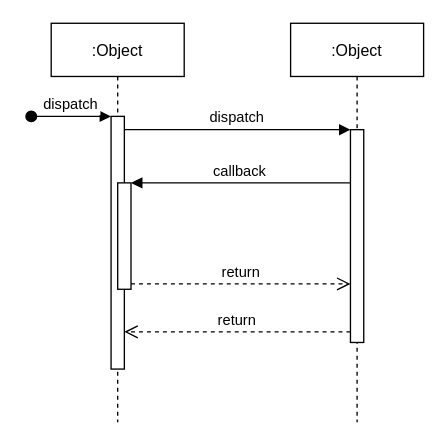
The draw.io diagram use-case-sequence.drawio in Dekr0/SFS, before the edit. Source tidied: cells renumbered, new cells numbered last; positions are measured from the earlier drawing's top-left corner, leaving out a move shared by most shapes. Both pictures are drawn from the tidied source at 133%, with x=0, y=0 at pixel (31, 23).
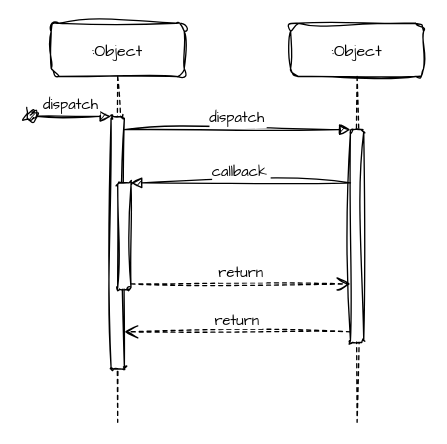
Above is the later version.

Change to the diagram source:
```diff
@@
 <mxGraphModel>
   <root>
     <mxCell id="0" />
     <mxCell id="1" parent="0" />
-    <mxCell id="2" value=":Object" style="shape=umlLifeline;perimeter=lifelinePerimeter;rounded=0;shadow=0;strokeWidth=1;" parent="1" vertex="1">
+    <mxCell id="2" value=":Object" style="shape=umlLifeline;perimeter=lifelinePerimeter;rounded=1;shadow=0;strokeWidth=1;sketch=1;curveFitting=1;jiggle=2;fontFamily=Architects Daughter;" parent="1" vertex="1">
       <mxGeometry x="15" width="100" height="300" as="geometry" />
     </mxCell>
-    <mxCell id="3" style="points=[];perimeter=orthogonalPerimeter;rounded=0;shadow=0;strokeWidth=1;" parent="2" vertex="1">
+    <mxCell id="3" style="points=[];perimeter=orthogonalPerimeter;rounded=1;shadow=0;strokeWidth=1;sketch=1;curveFitting=1;jiggle=2;fontFamily=Architects Daughter;" parent="2" vertex="1">
       <mxGeometry x="45" y="70" width="10" height="190" as="geometry" />
     </mxCell>
-    <mxCell id="4" value="dispatch" style="verticalAlign=bottom;startArrow=oval;endArrow=block;startSize=8;shadow=0;strokeWidth=1;" parent="2" edge="1" target="3">
+    <mxCell id="4" value="dispatch" style="verticalAlign=bottom;startArrow=oval;endArrow=block;startSize=8;shadow=0;strokeWidth=1;rounded=1;sketch=1;curveFitting=1;jiggle=2;fontFamily=Architects Daughter;" parent="2" edge="1" target="3">
       <mxGeometry relative="1" as="geometry">
         <mxPoint x="-15" y="70" as="sourcePoint" />
       </mxGeometry>
     </mxCell>
-    <mxCell id="5" style="points=[];perimeter=orthogonalPerimeter;rounded=0;shadow=0;strokeWidth=1;" parent="2" vertex="1">
+    <mxCell id="5" style="points=[];perimeter=orthogonalPerimeter;rounded=1;shadow=0;strokeWidth=1;sketch=1;curveFitting=1;jiggle=2;fontFamily=Architects Daughter;" parent="2" vertex="1">
       <mxGeometry x="50" y="120" width="10" height="80" as="geometry" />
     </mxCell>
-    <mxCell id="6" value=":Object" style="shape=umlLifeline;perimeter=lifelinePerimeter;rounded=0;shadow=0;strokeWidth=1;" parent="1" vertex="1">
+    <mxCell id="6" value=":Object" style="shape=umlLifeline;perimeter=lifelinePerimeter;rounded=1;shadow=0;strokeWidth=1;sketch=1;curveFitting=1;jiggle=2;fontFamily=Architects Daughter;" parent="1" vertex="1">
       <mxGeometry x="195" width="100" height="300" as="geometry" />
     </mxCell>
-    <mxCell id="7" style="points=[];perimeter=orthogonalPerimeter;rounded=0;shadow=0;strokeWidth=1;" parent="6" vertex="1">
+    <mxCell id="7" style="points=[];perimeter=orthogonalPerimeter;rounded=1;shadow=0;strokeWidth=1;sketch=1;curveFitting=1;jiggle=2;fontFamily=Architects Daughter;" parent="6" vertex="1">
       <mxGeometry x="45" y="80" width="10" height="160" as="geometry" />
     </mxCell>
-    <mxCell id="8" value="return" style="verticalAlign=bottom;endArrow=open;dashed=1;endSize=8;exitX=0;exitY=0.95;shadow=0;strokeWidth=1;" parent="1" edge="1" source="7" target="3">
+    <mxCell id="8" value="return" style="verticalAlign=bottom;endArrow=open;dashed=1;endSize=8;exitX=0;exitY=0.95;shadow=0;strokeWidth=1;rounded=1;sketch=1;curveFitting=1;jiggle=2;fontFamily=Architects Daughter;" parent="1" edge="1" source="7" target="3">
       <mxGeometry relative="1" as="geometry" />
     </mxCell>
-    <mxCell id="9" value="dispatch" style="verticalAlign=bottom;endArrow=block;entryX=0;entryY=0;shadow=0;strokeWidth=1;" parent="1" edge="1" source="3" target="7">
+    <mxCell id="9" value="dispatch" style="verticalAlign=bottom;endArrow=block;entryX=0;entryY=0;shadow=0;strokeWidth=1;rounded=1;sketch=1;curveFitting=1;jiggle=2;fontFamily=Architects Daughter;" parent="1" edge="1" source="3" target="7">
       <mxGeometry relative="1" as="geometry" />
     </mxCell>
-    <mxCell id="10" value="callback" style="verticalAlign=bottom;endArrow=block;entryX=1;entryY=0;shadow=0;strokeWidth=1;" parent="1" edge="1" source="7" target="5">
+    <mxCell id="10" value="callback" style="verticalAlign=bottom;endArrow=block;entryX=1;entryY=0;shadow=0;strokeWidth=1;rounded=1;sketch=1;curveFitting=1;jiggle=2;fontFamily=Architects Daughter;" parent="1" edge="1" source="7" target="5">
       <mxGeometry relative="1" as="geometry" />
     </mxCell>
-    <mxCell id="11" value="return" style="verticalAlign=bottom;endArrow=open;dashed=1;endSize=8;exitX=1;exitY=0.95;shadow=0;strokeWidth=1;" parent="1" edge="1" source="5" target="7">
+    <mxCell id="11" value="return" style="verticalAlign=bottom;endArrow=open;dashed=1;endSize=8;exitX=1;exitY=0.95;shadow=0;strokeWidth=1;rounded=1;sketch=1;curveFitting=1;jiggle=2;fontFamily=Architects Daughter;" parent="1" edge="1" source="5" target="7">
       <mxGeometry relative="1" as="geometry" />
     </mxCell>
   </root>
 </mxGraphModel>
```
